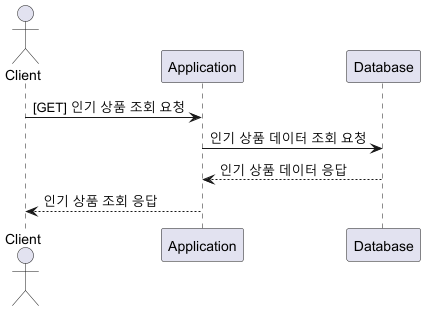
Above: src/main/resources/images/Search_popular_products.png in kjh418/hhplus-e-commerce (PlantUML), before the change. The source it was exported from:
```plantuml
@startuml
actor Client
participant "Application" as APP
participant "Database" as DB

Client -> APP: [GET] 인기 상품 조회 요청
APP -> DB: 인기 상품 데이터 조회 요청
DB --> APP: 인기 상품 데이터 응답
APP --> Client: 인기 상품 조회 응답
@enduml
```
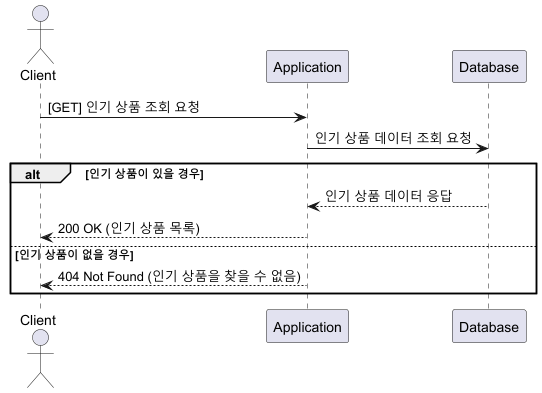
Later version of the same file.

The edit, as a diff of the source:
```diff
@@ -4,7 +4,13 @@
 participant "Database" as DB
 
 Client -> APP: [GET] 인기 상품 조회 요청
+
 APP -> DB: 인기 상품 데이터 조회 요청
-DB --> APP: 인기 상품 데이터 응답
-APP --> Client: 인기 상품 조회 응답
+
+alt 인기 상품이 있을 경우
+    DB --> APP: 인기 상품 데이터 응답
+    APP --> Client: 200 OK (인기 상품 목록)
+else 인기 상품이 없을 경우
+    APP --> Client: 404 Not Found (인기 상품을 찾을 수 없음)
+end
 @enduml
```
